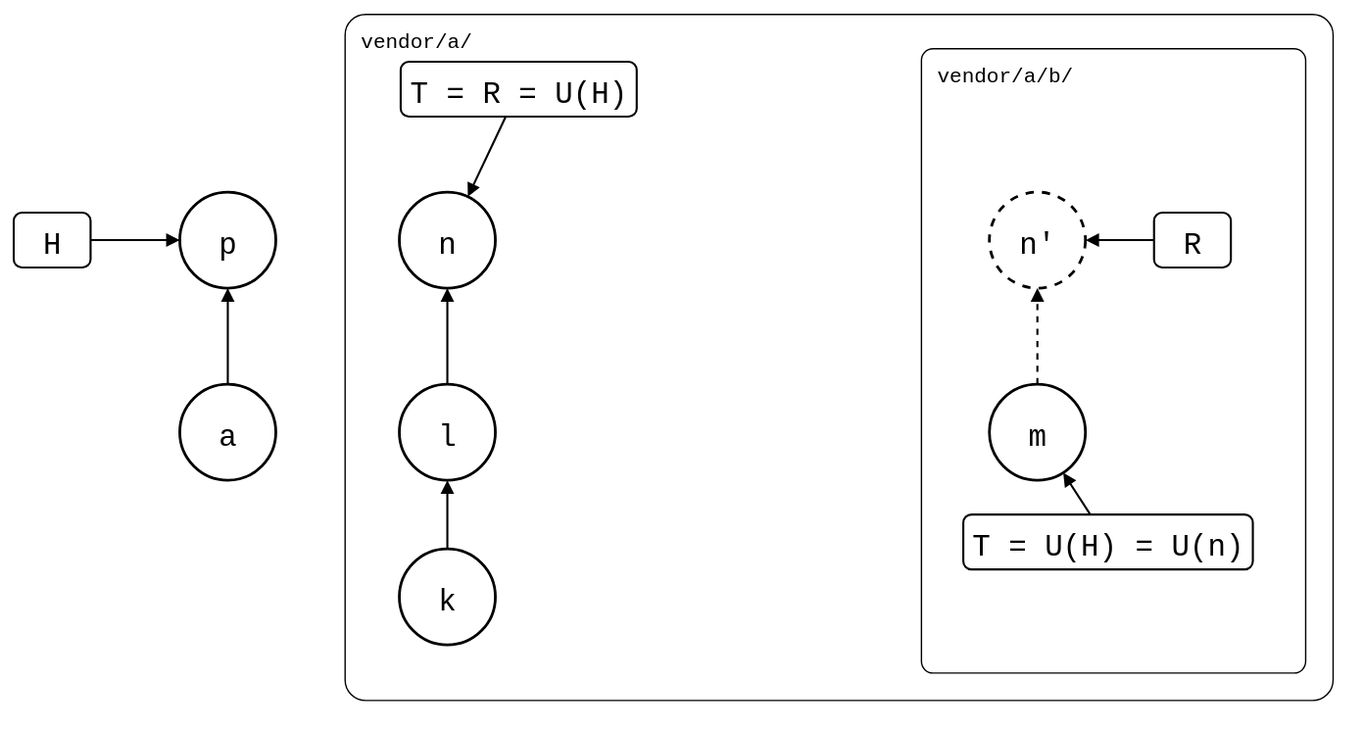
Before: test/scenarios/05-nested-splices/01-nested-splices/seen-from-above.drawio.svg, a diagram exported from draw.io (roschaefer/git-splice). Source tidied: cells renumbered, new cells last; positions are measured from the earlier drawing's top-left corner, leaving out a move shared by most shapes. Source of this version:
```xml
<mxGraphModel background="#ffffff">
  <root>
    <mxCell id="0" />
    <mxCell id="1" parent="0" />
    <mxCell id="2" value="vendor/a/" style="rounded=1;arcSize=3;fillColor=none;strokeWidth=1;fontSize=15;verticalAlign=top;align=left;spacingLeft=10;spacingTop=4;fontFamily=Roboto Mono,monospace;" parent="1" vertex="1">
      <mxGeometry x="241" width="720" height="500" as="geometry" />
    </mxCell>
    <mxCell id="3" value="vendor/a/b/" style="rounded=1;arcSize=3;fillColor=none;strokeWidth=1;fontSize=15;verticalAlign=top;align=left;spacingLeft=10;spacingTop=4;fontFamily=Roboto Mono,monospace;" parent="1" vertex="1">
      <mxGeometry x="661" y="25" width="280" height="455" as="geometry" />
    </mxCell>
    <mxCell id="4" value="a" style="ellipse;strokeWidth=2;fontSize=22;fontFamily=Roboto Mono,monospace;" parent="1" vertex="1">
      <mxGeometry x="121" y="270" width="70" height="70" as="geometry" />
    </mxCell>
    <mxCell id="5" value="p" style="ellipse;strokeWidth=2;fontSize=22;fontFamily=Roboto Mono,monospace;" parent="1" vertex="1">
      <mxGeometry x="121" y="130" width="70" height="70" as="geometry" />
    </mxCell>
    <mxCell id="6" value="k" style="ellipse;strokeWidth=2;fontSize=22;fontFamily=Roboto Mono,monospace;" parent="1" vertex="1">
      <mxGeometry x="281" y="390" width="70" height="70" as="geometry" />
    </mxCell>
    <mxCell id="7" value="l" style="ellipse;strokeWidth=2;fontSize=22;fontFamily=Roboto Mono,monospace;" parent="1" vertex="1">
      <mxGeometry x="281" y="270" width="70" height="70" as="geometry" />
    </mxCell>
    <mxCell id="8" value="n" style="ellipse;strokeWidth=2;fontSize=22;fontFamily=Roboto Mono,monospace;" parent="1" vertex="1">
      <mxGeometry x="281" y="130" width="70" height="70" as="geometry" />
    </mxCell>
    <mxCell id="9" value="m" style="ellipse;strokeWidth=2;fontSize=22;fontFamily=Roboto Mono,monospace;" parent="1" vertex="1">
      <mxGeometry x="711" y="270" width="70" height="70" as="geometry" />
    </mxCell>
    <mxCell id="10" value="n'" style="ellipse;strokeWidth=2;fontSize=22;fontFamily=Roboto Mono,monospace;dashed=1;" parent="1" vertex="1">
      <mxGeometry x="711" y="130" width="70" height="70" as="geometry" />
    </mxCell>
    <mxCell id="11" value="H" style="rounded=1;strokeWidth=1.5;fontSize=22;fontFamily=Roboto Mono,monospace;" parent="1" vertex="1">
      <mxGeometry y="145" width="56" height="40" as="geometry" />
    </mxCell>
    <mxCell id="12" value="T = R = U(H)" style="rounded=1;strokeWidth=1.5;fontSize=22;fontFamily=Roboto Mono,monospace;" parent="1" vertex="1">
      <mxGeometry x="282" y="35" width="172" height="40" as="geometry" />
    </mxCell>
    <mxCell id="13" value="R" style="rounded=1;strokeWidth=1.5;fontSize=22;fontFamily=Roboto Mono,monospace;" parent="1" vertex="1">
      <mxGeometry x="831" y="145" width="56" height="40" as="geometry" />
    </mxCell>
    <mxCell id="14" value="T = U(H) = U(n)" style="rounded=1;strokeWidth=1.5;fontSize=22;fontFamily=Roboto Mono,monospace;" parent="1" vertex="1">
      <mxGeometry x="692" y="365" width="211" height="40" as="geometry" />
    </mxCell>
    <mxCell id="15" style="endArrow=block;endFill=1;html=1;strokeWidth=1.5;rounded=0;" parent="1" edge="1" source="4" target="5">
      <mxGeometry relative="1" as="geometry" />
    </mxCell>
    <mxCell id="16" style="endArrow=block;endFill=1;html=1;strokeWidth=1.5;rounded=0;" parent="1" edge="1" source="6" target="7">
      <mxGeometry relative="1" as="geometry" />
    </mxCell>
    <mxCell id="17" style="endArrow=block;endFill=1;html=1;strokeWidth=1.5;rounded=0;" parent="1" edge="1" source="7" target="8">
      <mxGeometry relative="1" as="geometry" />
    </mxCell>
    <mxCell id="18" style="endArrow=block;endFill=1;html=1;strokeWidth=1.5;rounded=0;dashed=1;" parent="1" edge="1" source="9" target="10">
      <mxGeometry relative="1" as="geometry" />
    </mxCell>
    <mxCell id="19" style="endArrow=block;endFill=1;html=1;strokeWidth=1.5;rounded=0;" parent="1" edge="1" source="11" target="5">
      <mxGeometry relative="1" as="geometry" />
    </mxCell>
    <mxCell id="20" style="endArrow=block;endFill=1;html=1;strokeWidth=1.5;rounded=0;" parent="1" edge="1" source="12" target="8">
      <mxGeometry relative="1" as="geometry" />
    </mxCell>
    <mxCell id="21" style="endArrow=block;endFill=1;html=1;strokeWidth=1.5;rounded=0;" parent="1" edge="1" source="13" target="10">
      <mxGeometry relative="1" as="geometry" />
    </mxCell>
    <mxCell id="22" style="endArrow=block;endFill=1;html=1;strokeWidth=1.5;rounded=0;" parent="1" edge="1" source="14" target="9">
      <mxGeometry relative="1" as="geometry" />
    </mxCell>
  </root>
</mxGraphModel>
```
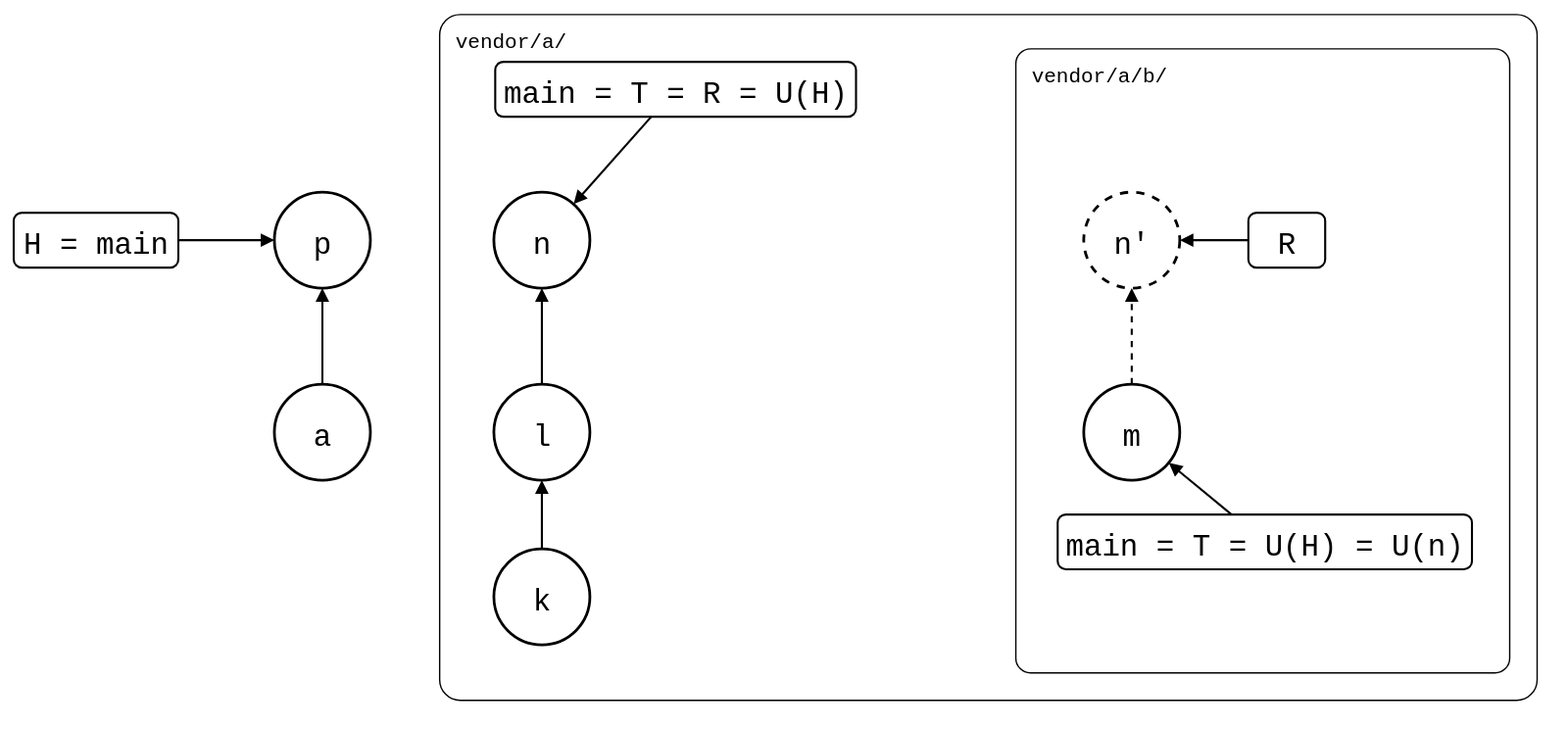
After the commit.

The edit, as a diff of the source:
```diff
@@ -3,10 +3,10 @@
     <mxCell id="0" />
     <mxCell id="1" parent="0" />
     <mxCell id="2" value="vendor/a/" style="rounded=1;arcSize=3;fillColor=none;strokeWidth=1;fontSize=15;verticalAlign=top;align=left;spacingLeft=10;spacingTop=4;fontFamily=Roboto Mono,monospace;" parent="1" vertex="1">
-      <mxGeometry x="241" width="720" height="500" as="geometry" />
+      <mxGeometry x="241" width="800" height="500" as="geometry" />
     </mxCell>
     <mxCell id="3" value="vendor/a/b/" style="rounded=1;arcSize=3;fillColor=none;strokeWidth=1;fontSize=15;verticalAlign=top;align=left;spacingLeft=10;spacingTop=4;fontFamily=Roboto Mono,monospace;" parent="1" vertex="1">
-      <mxGeometry x="661" y="25" width="280" height="455" as="geometry" />
+      <mxGeometry x="661" y="25" width="360" height="455" as="geometry" />
     </mxCell>
     <mxCell id="4" value="a" style="ellipse;strokeWidth=2;fontSize=22;fontFamily=Roboto Mono,monospace;" parent="1" vertex="1">
       <mxGeometry x="121" y="270" width="70" height="70" as="geometry" />
@@ -29,17 +29,17 @@
     <mxCell id="10" value="n'" style="ellipse;strokeWidth=2;fontSize=22;fontFamily=Roboto Mono,monospace;dashed=1;" parent="1" vertex="1">
       <mxGeometry x="711" y="130" width="70" height="70" as="geometry" />
     </mxCell>
-    <mxCell id="11" value="H" style="rounded=1;strokeWidth=1.5;fontSize=22;fontFamily=Roboto Mono,monospace;" parent="1" vertex="1">
-      <mxGeometry y="145" width="56" height="40" as="geometry" />
+    <mxCell id="11" value="H = main" style="rounded=1;strokeWidth=1.5;fontSize=22;fontFamily=Roboto Mono,monospace;" parent="1" vertex="1">
+      <mxGeometry x="-69" y="145" width="120" height="40" as="geometry" />
     </mxCell>
-    <mxCell id="12" value="T = R = U(H)" style="rounded=1;strokeWidth=1.5;fontSize=22;fontFamily=Roboto Mono,monospace;" parent="1" vertex="1">
-      <mxGeometry x="282" y="35" width="172" height="40" as="geometry" />
+    <mxCell id="12" value="main = T = R = U(H)" style="rounded=1;strokeWidth=1.5;fontSize=22;fontFamily=Roboto Mono,monospace;" parent="1" vertex="1">
+      <mxGeometry x="282" y="35" width="263" height="40" as="geometry" />
     </mxCell>
     <mxCell id="13" value="R" style="rounded=1;strokeWidth=1.5;fontSize=22;fontFamily=Roboto Mono,monospace;" parent="1" vertex="1">
       <mxGeometry x="831" y="145" width="56" height="40" as="geometry" />
     </mxCell>
-    <mxCell id="14" value="T = U(H) = U(n)" style="rounded=1;strokeWidth=1.5;fontSize=22;fontFamily=Roboto Mono,monospace;" parent="1" vertex="1">
-      <mxGeometry x="692" y="365" width="211" height="40" as="geometry" />
+    <mxCell id="14" value="main = T = U(H) = U(n)" style="rounded=1;strokeWidth=1.5;fontSize=22;fontFamily=Roboto Mono,monospace;" parent="1" vertex="1">
+      <mxGeometry x="692" y="365" width="302" height="40" as="geometry" />
     </mxCell>
     <mxCell id="15" style="endArrow=block;endFill=1;html=1;strokeWidth=1.5;rounded=0;" parent="1" edge="1" source="4" target="5">
       <mxGeometry relative="1" as="geometry" />
```
